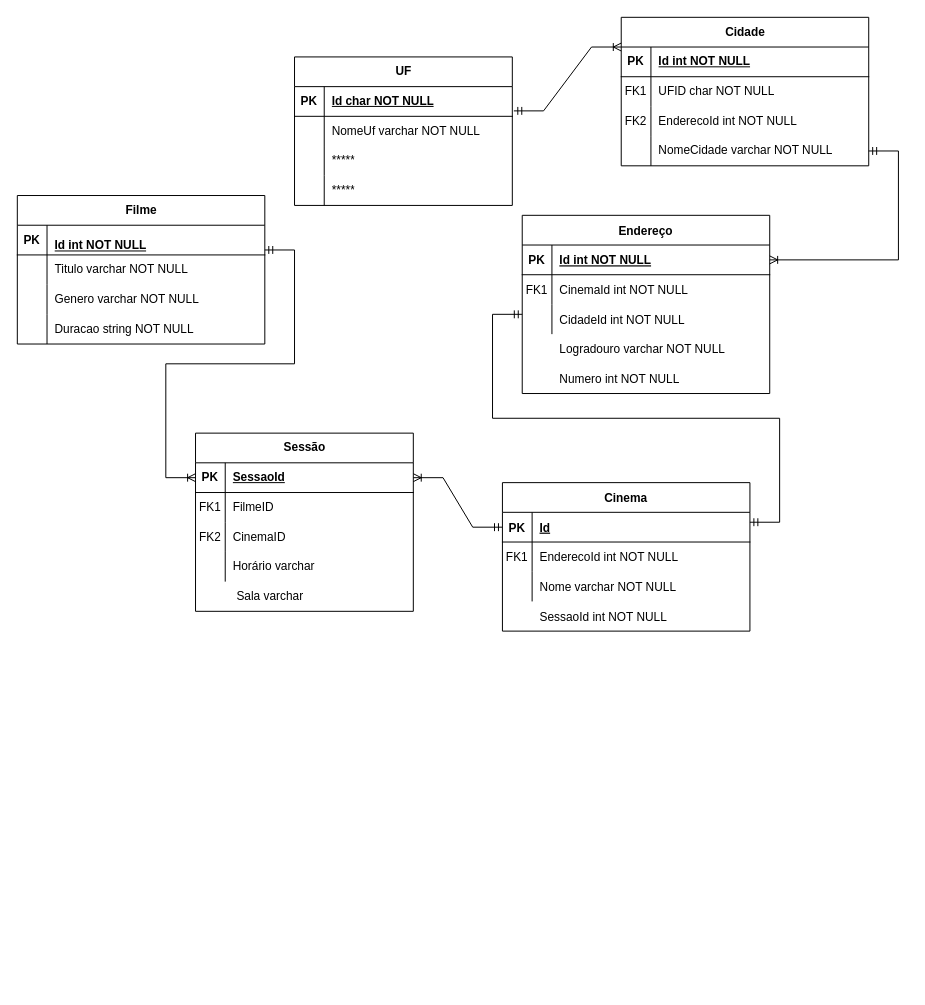
Earlier version of the draw.io diagram diagrama_entidade_relacionamento_cinema.drawio (AmandaPardinho/Web-API). Source tidied: cells renumbered, new cells numbered last; positions are measured from the earlier drawing's top-left corner, leaving out a move shared by most shapes. Both pictures are drawn from the tidied source at 99%, with x=0, y=0 at pixel (-508, 17).
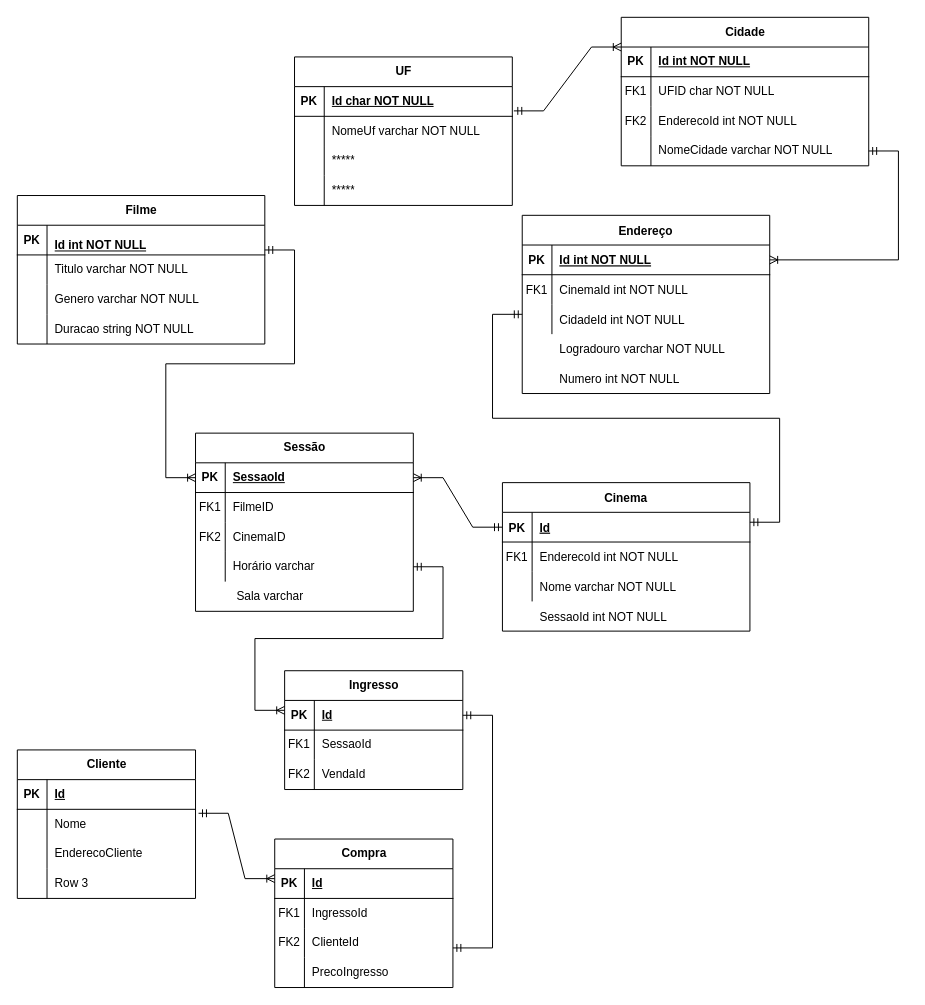
The same diagram, later.

Commit message:
atualização do diagrama de relacionamento de entidades

Unchanged cells that the change refers to:
```xml
<mxCell id="32" style="shape=tableRow;horizontal=0;startSize=0;swimlaneHead=0;swimlaneBody=0;fillColor=none;points=[[0,0.5],[1,0.5]];portConstraint=eastwest;top=0;left=0;right=0;bottom=0;" parent="22" vertex="1">
  <mxGeometry y="120" width="220" height="30" as="geometry" />
</mxCell>
```

The edit, as a diff of the source:
```diff
@@
+    <mxCell id="83" value="Cliente" style="shape=table;startSize=30;childLayout=tableLayout;rowLines=0;fontStyle=1;align=center;html=1;" parent="1" vertex="1">
+      <mxGeometry x="530" y="740" width="180" height="150" as="geometry" />
+    </mxCell>
+    <mxCell id="84" style="shape=tableRow;horizontal=0;startSize=0;swimlaneHead=0;swimlaneBody=0;fillColor=none;top=0;left=0;right=0;bottom=1;" parent="83" vertex="1">
+      <mxGeometry y="30" width="180" height="30" as="geometry" />
+    </mxCell>
+    <mxCell id="85" value="PK" style="shape=partialRectangle;fillColor=none;top=0;left=0;bottom=0;right=0;fontStyle=1;overflow=hidden;whiteSpace=wrap;html=1;" parent="84" vertex="1">
+      <mxGeometry width="30" height="30" as="geometry" />
+    </mxCell>
+    <mxCell id="86" value="Id" style="shape=partialRectangle;fillColor=none;top=0;left=0;bottom=0;right=0;align=left;spacingLeft=6;fontStyle=5;overflow=hidden;whiteSpace=wrap;html=1;" parent="84" vertex="1">
+      <mxGeometry x="30" width="150" height="30" as="geometry" />
+    </mxCell>
+    <mxCell id="87" style="shape=tableRow;horizontal=0;startSize=0;swimlaneHead=0;swimlaneBody=0;fillColor=none;points=[[0,0.5],[1,0.5]];portConstraint=eastwest;top=0;left=0;right=0;bottom=0;" parent="83" vertex="1">
+      <mxGeometry y="60" width="180" height="30" as="geometry" />
+    </mxCell>
+    <mxCell id="88" style="shape=partialRectangle;fillColor=none;top=0;left=0;bottom=0;right=0;overflow=hidden;whiteSpace=wrap;html=1;" parent="87" vertex="1">
+      <mxGeometry width="30" height="30" as="geometry" />
+    </mxCell>
+    <mxCell id="89" value="Nome" style="shape=partialRectangle;fillColor=none;top=0;left=0;bottom=0;right=0;align=left;spacingLeft=6;overflow=hidden;whiteSpace=wrap;html=1;" parent="87" vertex="1">
+      <mxGeometry x="30" width="150" height="30" as="geometry" />
+    </mxCell>
+    <mxCell id="90" style="shape=tableRow;horizontal=0;startSize=0;swimlaneHead=0;swimlaneBody=0;fillColor=none;top=0;left=0;right=0;bottom=0;" parent="83" vertex="1">
+      <mxGeometry y="90" width="180" height="30" as="geometry" />
+    </mxCell>
+    <mxCell id="91" style="shape=partialRectangle;fillColor=none;top=0;left=0;bottom=0;right=0;overflow=hidden;whiteSpace=wrap;html=1;" parent="90" vertex="1">
+      <mxGeometry width="30" height="30" as="geometry" />
+    </mxCell>
+    <mxCell id="92" value="EnderecoCliente" style="shape=partialRectangle;fillColor=none;top=0;left=0;bottom=0;right=0;align=left;spacingLeft=6;overflow=hidden;whiteSpace=wrap;html=1;" parent="90" vertex="1">
+      <mxGeometry x="30" width="150" height="30" as="geometry" />
+    </mxCell>
+    <mxCell id="93" style="shape=tableRow;horizontal=0;startSize=0;swimlaneHead=0;swimlaneBody=0;fillColor=none;top=0;left=0;right=0;bottom=0;" parent="83" vertex="1">
+      <mxGeometry y="120" width="180" height="30" as="geometry" />
+    </mxCell>
+    <mxCell id="94" style="shape=partialRectangle;fillColor=none;top=0;left=0;bottom=0;right=0;overflow=hidden;whiteSpace=wrap;html=1;" parent="93" vertex="1">
+      <mxGeometry width="30" height="30" as="geometry" />
+    </mxCell>
+    <mxCell id="95" value="Row 3" style="shape=partialRectangle;fillColor=none;top=0;left=0;bottom=0;right=0;align=left;spacingLeft=6;overflow=hidden;whiteSpace=wrap;html=1;" parent="93" vertex="1">
+      <mxGeometry x="30" width="150" height="30" as="geometry" />
+    </mxCell>
+    <mxCell id="96" value="Compra" style="shape=table;startSize=30;childLayout=tableLayout;rowLines=0;fontStyle=1;align=center;html=1;" parent="1" vertex="1">
+      <mxGeometry x="790" y="830" width="180" height="150" as="geometry" />
+    </mxCell>
+    <mxCell id="97" style="shape=tableRow;horizontal=0;startSize=0;swimlaneHead=0;swimlaneBody=0;fillColor=none;top=0;left=0;right=0;bottom=1;" parent="96" vertex="1">
+      <mxGeometry y="30" width="180" height="30" as="geometry" />
+    </mxCell>
+    <mxCell id="98" value="PK" style="shape=partialRectangle;fillColor=none;top=0;left=0;bottom=0;right=0;fontStyle=1;overflow=hidden;whiteSpace=wrap;html=1;" parent="97" vertex="1">
+      <mxGeometry width="30" height="30" as="geometry" />
+    </mxCell>
+    <mxCell id="99" value="Id" style="shape=partialRectangle;fillColor=none;top=0;left=0;bottom=0;right=0;align=left;spacingLeft=6;fontStyle=5;overflow=hidden;whiteSpace=wrap;html=1;" parent="97" vertex="1">
+      <mxGeometry x="30" width="150" height="30" as="geometry" />
+    </mxCell>
+    <mxCell id="100" style="shape=tableRow;horizontal=0;startSize=0;swimlaneHead=0;swimlaneBody=0;fillColor=none;top=0;left=0;right=0;bottom=0;" parent="96" vertex="1">
+      <mxGeometry y="60" width="180" height="30" as="geometry" />
+    </mxCell>
+    <mxCell id="101" value="FK1" style="shape=partialRectangle;fillColor=none;top=0;left=0;bottom=0;right=0;overflow=hidden;whiteSpace=wrap;html=1;" parent="100" vertex="1">
+      <mxGeometry width="30" height="30" as="geometry" />
+    </mxCell>
+    <mxCell id="102" value="IngressoId" style="shape=partialRectangle;fillColor=none;top=0;left=0;bottom=0;right=0;align=left;spacingLeft=6;overflow=hidden;whiteSpace=wrap;html=1;" parent="100" vertex="1">
+      <mxGeometry x="30" width="150" height="30" as="geometry" />
+    </mxCell>
+    <mxCell id="103" style="shape=tableRow;horizontal=0;startSize=0;swimlaneHead=0;swimlaneBody=0;fillColor=none;top=0;left=0;right=0;bottom=0;" parent="96" vertex="1">
+      <mxGeometry y="90" width="180" height="30" as="geometry" />
+    </mxCell>
+    <mxCell id="104" value="FK2" style="shape=partialRectangle;fillColor=none;top=0;left=0;bottom=0;right=0;overflow=hidden;whiteSpace=wrap;html=1;" parent="103" vertex="1">
+      <mxGeometry width="30" height="30" as="geometry" />
+    </mxCell>
+    <mxCell id="105" value="ClienteId" style="shape=partialRectangle;fillColor=none;top=0;left=0;bottom=0;right=0;align=left;spacingLeft=6;overflow=hidden;whiteSpace=wrap;html=1;" parent="103" vertex="1">
+      <mxGeometry x="30" width="150" height="30" as="geometry" />
+    </mxCell>
+    <mxCell id="106" style="shape=tableRow;horizontal=0;startSize=0;swimlaneHead=0;swimlaneBody=0;fillColor=none;top=0;left=0;right=0;bottom=0;" parent="96" vertex="1">
+      <mxGeometry y="120" width="180" height="30" as="geometry" />
+    </mxCell>
+    <mxCell id="107" style="shape=partialRectangle;fillColor=none;top=0;left=0;bottom=0;right=0;overflow=hidden;whiteSpace=wrap;html=1;" parent="106" vertex="1">
+      <mxGeometry width="30" height="30" as="geometry" />
+    </mxCell>
+    <mxCell id="108" value="PrecoIngresso" style="shape=partialRectangle;fillColor=none;top=0;left=0;bottom=0;right=0;align=left;spacingLeft=6;overflow=hidden;whiteSpace=wrap;html=1;" parent="106" vertex="1">
+      <mxGeometry x="30" width="150" height="30" as="geometry" />
+    </mxCell>
+    <mxCell id="109" value="Ingresso" style="shape=table;startSize=30;childLayout=tableLayout;rowLines=0;fontStyle=1;align=center;html=1;" parent="1" vertex="1">
+      <mxGeometry x="800" y="660" width="180" height="120" as="geometry" />
+    </mxCell>
+    <mxCell id="110" style="shape=tableRow;horizontal=0;startSize=0;swimlaneHead=0;swimlaneBody=0;fillColor=none;points=[[0,0.5],[1,0.5]];portConstraint=eastwest;top=0;left=0;right=0;bottom=1;" parent="109" vertex="1">
+      <mxGeometry y="30" width="180" height="30" as="geometry" />
+    </mxCell>
+    <mxCell id="111" value="PK" style="shape=partialRectangle;fillColor=none;top=0;left=0;bottom=0;right=0;fontStyle=1;overflow=hidden;whiteSpace=wrap;html=1;" parent="110" vertex="1">
+      <mxGeometry width="30" height="30" as="geometry" />
+    </mxCell>
+    <mxCell id="112" value="Id" style="shape=partialRectangle;fillColor=none;top=0;left=0;bottom=0;right=0;align=left;spacingLeft=6;fontStyle=5;overflow=hidden;whiteSpace=wrap;html=1;" parent="110" vertex="1">
+      <mxGeometry x="30" width="150" height="30" as="geometry" />
+    </mxCell>
+    <mxCell id="113" style="shape=tableRow;horizontal=0;startSize=0;swimlaneHead=0;swimlaneBody=0;fillColor=none;top=0;left=0;right=0;bottom=0;" parent="109" vertex="1">
+      <mxGeometry y="60" width="180" height="30" as="geometry" />
+    </mxCell>
+    <mxCell id="114" value="FK1" style="shape=partialRectangle;fillColor=none;top=0;left=0;bottom=0;right=0;overflow=hidden;whiteSpace=wrap;html=1;" parent="113" vertex="1">
+      <mxGeometry width="30" height="30" as="geometry" />
+    </mxCell>
+    <mxCell id="115" value="SessaoId" style="shape=partialRectangle;fillColor=none;top=0;left=0;bottom=0;right=0;align=left;spacingLeft=6;overflow=hidden;whiteSpace=wrap;html=1;" parent="113" vertex="1">
+      <mxGeometry x="30" width="150" height="30" as="geometry" />
+    </mxCell>
+    <mxCell id="116" style="shape=tableRow;horizontal=0;startSize=0;swimlaneHead=0;swimlaneBody=0;fillColor=none;top=0;left=0;right=0;bottom=0;" parent="109" vertex="1">
+      <mxGeometry y="90" width="180" height="30" as="geometry" />
+    </mxCell>
+    <mxCell id="117" value="FK2" style="shape=partialRectangle;fillColor=none;top=0;left=0;bottom=0;right=0;overflow=hidden;whiteSpace=wrap;html=1;" parent="116" vertex="1">
+      <mxGeometry width="30" height="30" as="geometry" />
+    </mxCell>
+    <mxCell id="118" value="VendaId" style="shape=partialRectangle;fillColor=none;top=0;left=0;bottom=0;right=0;align=left;spacingLeft=6;overflow=hidden;whiteSpace=wrap;html=1;" parent="116" vertex="1">
+      <mxGeometry x="30" width="150" height="30" as="geometry" />
+    </mxCell>
+    <mxCell id="119" style="edgeStyle=entityRelationEdgeStyle;fontSize=12;html=1;endArrow=ERoneToMany;startArrow=ERmandOne;rounded=0;exitX=1;exitY=0.5;exitDx=0;exitDy=0;" parent="1" edge="1" source="32">
+      <mxGeometry relative="1" as="geometry">
+        <mxPoint x="800" y="700" as="targetPoint" />
+      </mxGeometry>
+    </mxCell>
+    <mxCell id="120" style="edgeStyle=entityRelationEdgeStyle;fontSize=12;html=1;endArrow=ERmandOne;startArrow=ERmandOne;rounded=0;" parent="1" edge="1" target="110">
+      <mxGeometry relative="1" as="geometry">
+        <mxPoint x="970" y="940" as="sourcePoint" />
+      </mxGeometry>
+    </mxCell>
+    <mxCell id="121" style="edgeStyle=entityRelationEdgeStyle;fontSize=12;html=1;endArrow=ERoneToMany;startArrow=ERmandOne;rounded=0;exitX=1.017;exitY=0.133;exitDx=0;exitDy=0;exitPerimeter=0;" parent="1" edge="1" source="87">
+      <mxGeometry relative="1" as="geometry">
+        <mxPoint x="790" y="870" as="targetPoint" />
+      </mxGeometry>
+    </mxCell>
```
